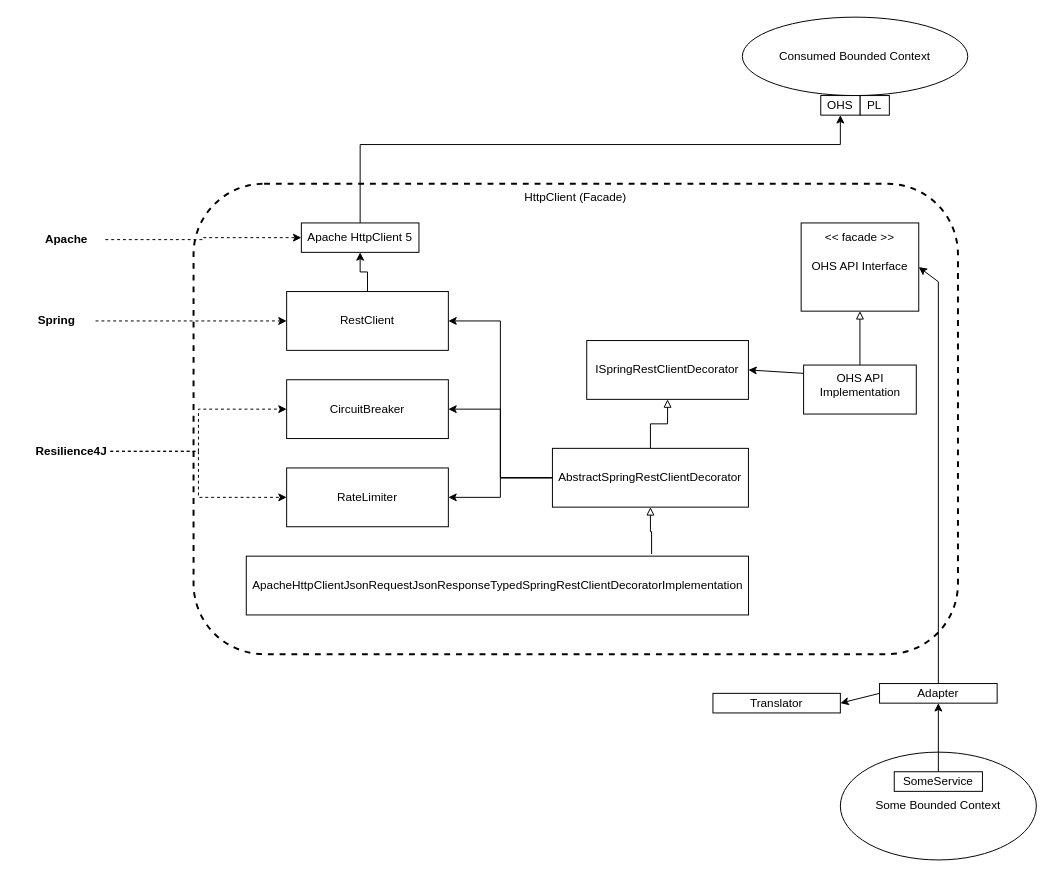
Before: page "Page-2" (2 of 2) of components/http-client/HTTP client diagrams.drawio in andres81/web-application-software-components, a draw.io diagram. Source tidied: cells renumbered, new cells numbered last; positions are measured from the earlier drawing's top-left corner, leaving out a move shared by most shapes. Both pictures are drawn from the tidied source at 98%, with x=0, y=0 at pixel (17, 17).
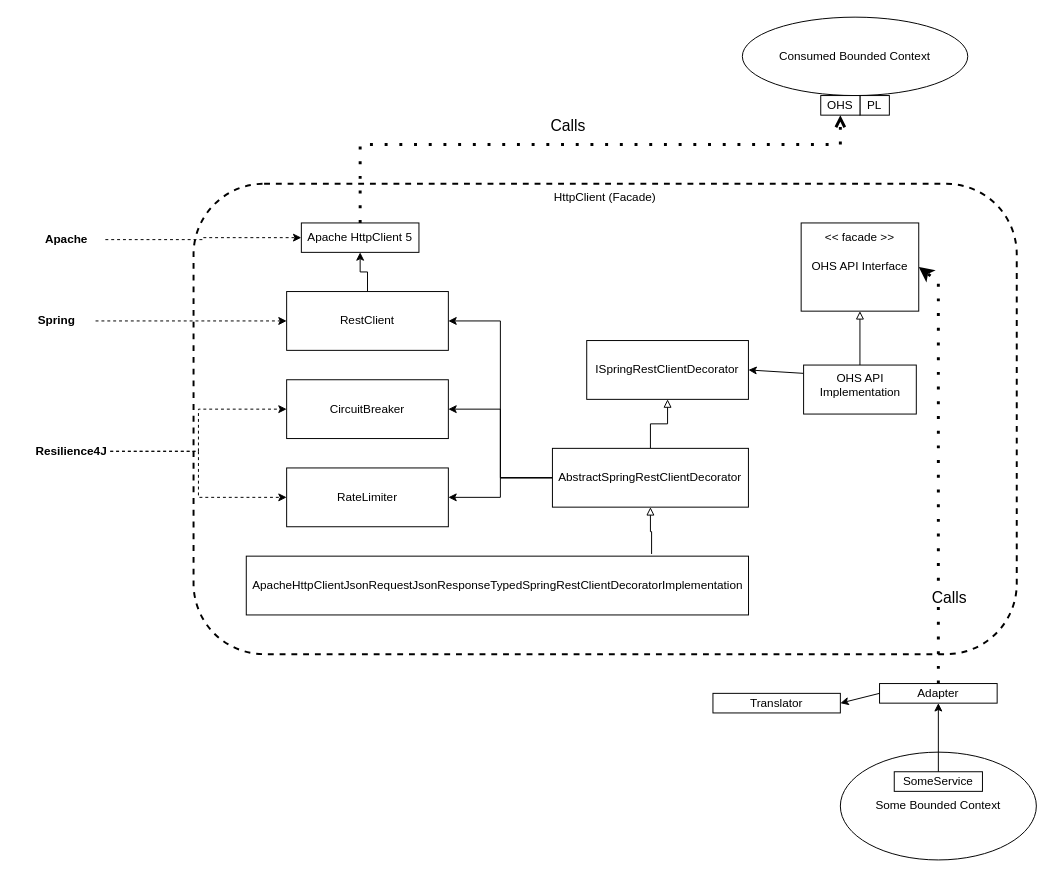
The same diagram, later.

Unchanged cells that the change refers to:
```xml
<mxCell id="6" value="Adapter" style="rounded=0;whiteSpace=wrap;html=1;" parent="1" vertex="1">
  <mxGeometry x="880" y="680" width="120" height="20" as="geometry" />
</mxCell>
<mxCell id="11" value="OHS" style="rounded=0;whiteSpace=wrap;html=1;" parent="1" vertex="1">
  <mxGeometry x="820" y="80" width="40" height="20" as="geometry" />
</mxCell>
<mxCell id="13" value="OHS API Interface" style="rounded=0;whiteSpace=wrap;html=1;fontColor=light-dark(#000000,#FFFF00);strokeColor=light-dark(#000000,#FFFF33);" parent="1" vertex="1">
  <mxGeometry x="800" y="210" width="120" height="90" as="geometry" />
</mxCell>
<mxCell id="18" value="Apache HttpClient 5" style="rounded=0;whiteSpace=wrap;html=1;" parent="1" vertex="1">
  <mxGeometry x="290" y="210" width="120" height="30" as="geometry" />
</mxCell>
```

Change to the diagram source:
```diff
@@
     <mxCell id="2" value="HttpClient (Facade)" style="rounded=1;whiteSpace=wrap;html=1;verticalAlign=top;dashed=1;strokeColor=light-dark(#000000,#00FF00);strokeWidth=2;" parent="1" vertex="1">
-      <mxGeometry x="180" y="170" width="780" height="480" as="geometry" />
+      <mxGeometry x="180" y="170" width="840" height="480" as="geometry" />
     </mxCell>
@@
-    <mxCell id="12" style="endArrow=classic;html=1;rounded=0;entryX=1;entryY=0.5;entryDx=0;entryDy=0;exitX=0.5;exitY=0;exitDx=0;exitDy=0;" parent="1" edge="1" source="6" target="13">
+    <mxCell id="12" style="endArrow=classic;html=1;rounded=0;entryX=1;entryY=0.5;entryDx=0;entryDy=0;exitX=0.5;exitY=0;exitDx=0;exitDy=0;strokeWidth=3;dashed=1;dashPattern=1 4;" parent="1" edge="1" source="6" target="13">
       <mxGeometry relative="1" as="geometry">
         <Array as="points">
           <mxPoint x="940" y="270" />
         </Array>
       </mxGeometry>
     </mxCell>
+    <mxCell id="39" value="Calls" style="edgeLabel;html=1;align=center;verticalAlign=middle;fontSize=16;" parent="12" vertex="1">
+      <mxGeometry x="-0.41" y="-2" relative="1" as="geometry">
+        <mxPoint x="8" y="39" as="offset" />
+      </mxGeometry>
+    </mxCell>
@@
-    <mxCell id="17" style="edgeStyle=orthogonalEdgeStyle;rounded=0;jettySize=auto;html=1;entryX=0.5;entryY=1;entryDx=0;entryDy=0;" parent="1" edge="1" source="18" target="11">
+    <mxCell id="17" style="edgeStyle=orthogonalEdgeStyle;rounded=0;jettySize=auto;html=1;entryX=0.5;entryY=1;entryDx=0;entryDy=0;endArrow=open;endFill=0;dashed=1;dashPattern=1 4;strokeWidth=3;" parent="1" edge="1" source="18" target="11">
       <mxGeometry relative="1" as="geometry">
         <Array as="points">
           <mxPoint x="350" y="130" />
           <mxPoint x="840" y="130" />
         </Array>
       </mxGeometry>
     </mxCell>
+    <mxCell id="40" value="Calls" style="edgeLabel;html=1;align=center;verticalAlign=middle;fontSize=16;" parent="17" vertex="1">
+      <mxGeometry x="-0.03" y="-5" relative="1" as="geometry">
+        <mxPoint y="-25" as="offset" />
+      </mxGeometry>
+    </mxCell>
```
